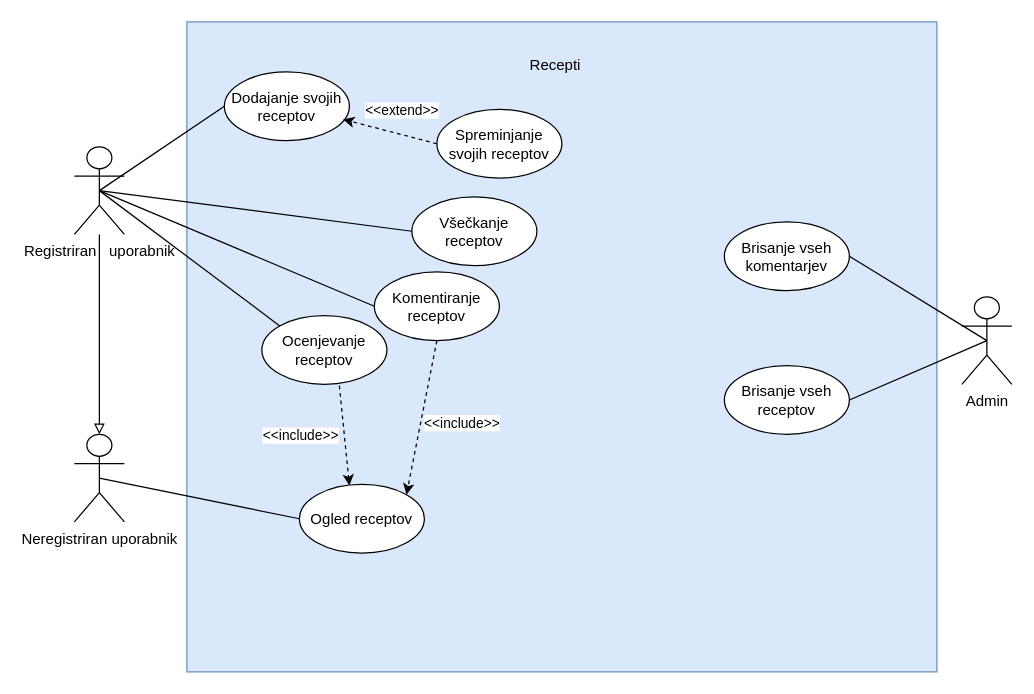
This is docs/Recepti.drawio from AnejVollmeier/RIS-Recepti, a draw.io file, before an edit. Source tidied: cells renumbered, new cells numbered last; positions are measured from the earlier drawing's top-left corner, leaving out a move shared by most shapes. Both pictures are drawn from the tidied source at 125%, with x=0, y=0 at pixel (74, 21).
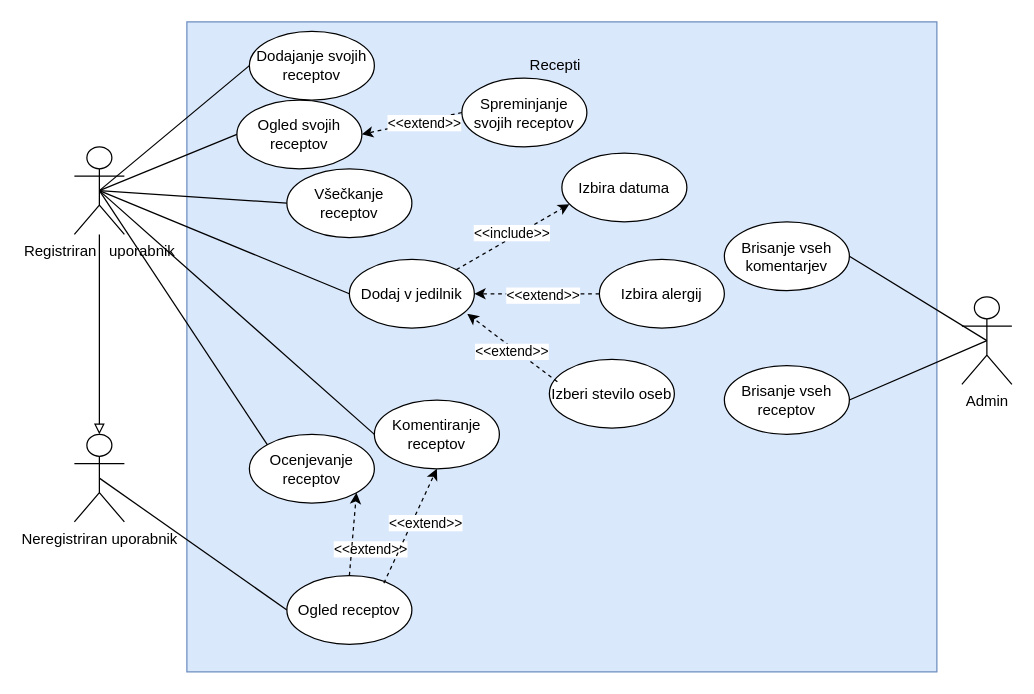
After the change.

Commit message (it also covers changes not shown here):
Posodobljen DPU diagram ter napisani primeri uporabe oz. funkcionalnosti.

Unchanged cells that the change refers to:
```xml
<mxCell id="4" value="Registriran&amp;nbsp; &amp;nbsp;uporabnik" style="shape=umlActor;verticalLabelPosition=bottom;verticalAlign=top;html=1;outlineConnect=0;" parent="1" vertex="1">
  <mxGeometry y="100" width="40" height="70" as="geometry" />
</mxCell>
```

What changed in the source:
```diff
@@
     <mxCell id="7" value="Dodajanje svojih receptov" style="ellipse;whiteSpace=wrap;html=1;" parent="1" vertex="1">
-      <mxGeometry x="120" y="40" width="100" height="55" as="geometry" />
+      <mxGeometry x="140" y="7.5" width="100" height="55" as="geometry" />
     </mxCell>
     <mxCell id="8" value="Spreminjanje svojih receptov" style="ellipse;whiteSpace=wrap;html=1;" parent="1" vertex="1">
-      <mxGeometry x="290" y="70" width="100" height="55" as="geometry" />
+      <mxGeometry x="310" y="45" width="100" height="55" as="geometry" />
     </mxCell>
     <mxCell id="9" value="Ogled receptov" style="ellipse;whiteSpace=wrap;html=1;" parent="1" vertex="1">
-      <mxGeometry x="180" y="370" width="100" height="55" as="geometry" />
+      <mxGeometry x="170" y="443" width="100" height="55" as="geometry" />
     </mxCell>
     <mxCell id="10" value="Komentiranje receptov" style="ellipse;whiteSpace=wrap;html=1;" parent="1" vertex="1">
-      <mxGeometry x="240" y="200" width="100" height="55" as="geometry" />
+      <mxGeometry x="240" y="302.5" width="100" height="55" as="geometry" />
     </mxCell>
     <mxCell id="11" value="Ocenjevanje receptov" style="ellipse;whiteSpace=wrap;html=1;" parent="1" vertex="1">
-      <mxGeometry x="150" y="235" width="100" height="55" as="geometry" />
+      <mxGeometry x="140" y="330" width="100" height="55" as="geometry" />
     </mxCell>
     <mxCell id="12" value="Všečkanje receptov" style="ellipse;whiteSpace=wrap;html=1;" parent="1" vertex="1">
-      <mxGeometry x="270" y="140" width="100" height="55" as="geometry" />
+      <mxGeometry x="170" y="117.5" width="100" height="55" as="geometry" />
     </mxCell>
@@
-    <mxCell id="22" style="endArrow=classic;html=1;entryX=0.95;entryY=0.691;entryDx=0;entryDy=0;exitX=0;exitY=0.5;exitDx=0;exitDy=0;dashed=1;entryPerimeter=0;" parent="1" edge="1" source="8" target="7">
+    <mxCell id="22" style="endArrow=classic;html=1;entryX=1;entryY=0.5;entryDx=0;entryDy=0;exitX=0;exitY=0.5;exitDx=0;exitDy=0;dashed=1;" parent="1" edge="1" source="8" target="29">
       <mxGeometry relative="1" as="geometry" />
     </mxCell>
     <mxCell id="23" value="&amp;lt;&amp;lt;extend&amp;gt;&amp;gt;" style="edgeLabel;html=1;align=center;verticalAlign=middle;" parent="22" vertex="1">
       <mxGeometry x="-0.37" y="2" relative="1" as="geometry">
-        <mxPoint x="-5" y="-23" as="offset" />
+        <mxPoint x="-49" y="341" as="offset" />
       </mxGeometry>
     </mxCell>
-    <mxCell id="24" style="endArrow=classic;html=1;exitX=0.5;exitY=1;exitDx=0;exitDy=0;dashed=1;entryX=1;entryY=0;entryDx=0;entryDy=0;" parent="1" edge="1" source="10" target="9">
-      <mxGeometry relative="1" as="geometry" />
-    </mxCell>
-    <mxCell id="25" value="&lt;span style=&quot;color: rgb(0, 0, 0);&quot;&gt;&amp;lt;&amp;lt;include&amp;gt;&amp;gt;&lt;/span&gt;" style="edgeLabel;html=1;align=center;verticalAlign=middle;" parent="24" vertex="1">
-      <mxGeometry x="-0.25" relative="1" as="geometry">
-        <mxPoint x="29" y="19" as="offset" />
-      </mxGeometry>
-    </mxCell>
-    <mxCell id="26" style="endArrow=classic;html=1;exitX=0.62;exitY=1.018;exitDx=0;exitDy=0;entryX=0.4;entryY=0.018;entryDx=0;entryDy=0;dashed=1;exitPerimeter=0;entryPerimeter=0;" parent="1" edge="1" source="11" target="9">
+    <mxCell id="26" style="endArrow=classic;html=1;exitX=0.5;exitY=0;exitDx=0;exitDy=0;entryX=1;entryY=1;entryDx=0;entryDy=0;dashed=1;" parent="1" edge="1" source="9" target="11">
       <mxGeometry relative="1" as="geometry" />
     </mxCell>
-    <mxCell id="27" value="&lt;span style=&quot;color: rgb(0, 0, 0);&quot;&gt;&amp;lt;&amp;lt;include&amp;gt;&amp;gt;&lt;/span&gt;" style="edgeLabel;html=1;align=center;verticalAlign=middle;" parent="1" vertex="1">
-      <mxGeometry x="180" y="330" as="geometry" />
-    </mxCell>
@@
+    <mxCell id="29" value="Ogled svojih receptov" style="ellipse;whiteSpace=wrap;html=1;" parent="1" vertex="1">
+      <mxGeometry x="130" y="62.5" width="100" height="55" as="geometry" />
+    </mxCell>
+    <mxCell id="30" style="endArrow=none;html=1;exitX=0.5;exitY=0.5;exitDx=0;exitDy=0;exitPerimeter=0;entryX=0;entryY=0.5;entryDx=0;entryDy=0;" parent="1" edge="1" source="4" target="29">
+      <mxGeometry relative="1" as="geometry" />
+    </mxCell>
+    <mxCell id="31" value="&amp;lt;&amp;lt;extend&amp;gt;&amp;gt;" style="edgeLabel;html=1;align=center;verticalAlign=middle;" parent="1" vertex="1">
+      <mxGeometry x="290" y="72.5" as="geometry">
+        <mxPoint x="-11" y="8" as="offset" />
+      </mxGeometry>
+    </mxCell>
+    <mxCell id="32" style="endArrow=classic;html=1;exitX=0.776;exitY=0.109;exitDx=0;exitDy=0;entryX=0.5;entryY=1;entryDx=0;entryDy=0;dashed=1;exitPerimeter=0;" parent="1" edge="1" source="9" target="10">
+      <mxGeometry relative="1" as="geometry" />
+    </mxCell>
+    <mxCell id="33" value="&amp;lt;&amp;lt;extend&amp;gt;&amp;gt;" style="edgeLabel;html=1;align=center;verticalAlign=middle;" parent="1" vertex="1">
+      <mxGeometry x="280" y="400" as="geometry" />
+    </mxCell>
+    <mxCell id="34" value="Dodaj v jedilnik" style="ellipse;whiteSpace=wrap;html=1;" parent="1" vertex="1">
+      <mxGeometry x="220" y="190" width="100" height="55" as="geometry" />
+    </mxCell>
+    <mxCell id="35" style="endArrow=none;html=1;exitX=0.5;exitY=0.5;exitDx=0;exitDy=0;exitPerimeter=0;entryX=0;entryY=0.5;entryDx=0;entryDy=0;" parent="1" edge="1" source="4" target="34">
+      <mxGeometry relative="1" as="geometry" />
+    </mxCell>
+    <mxCell id="36" value="Izbira datuma" style="ellipse;whiteSpace=wrap;html=1;" parent="1" vertex="1">
+      <mxGeometry x="390" y="105" width="100" height="55" as="geometry" />
+    </mxCell>
+    <mxCell id="37" value="Izbira alergij" style="ellipse;whiteSpace=wrap;html=1;" parent="1" vertex="1">
+      <mxGeometry x="420" y="190" width="100" height="55" as="geometry" />
+    </mxCell>
+    <mxCell id="38" value="Izberi stevilo oseb" style="ellipse;whiteSpace=wrap;html=1;" parent="1" vertex="1">
+      <mxGeometry x="380" y="270" width="100" height="55" as="geometry" />
+    </mxCell>
+    <mxCell id="39" style="endArrow=classic;html=1;exitX=0;exitY=0.5;exitDx=0;exitDy=0;dashed=1;entryX=1;entryY=0.5;entryDx=0;entryDy=0;" parent="1" edge="1" source="37" target="34">
+      <mxGeometry relative="1" as="geometry" />
+    </mxCell>
+    <mxCell id="40" style="endArrow=classic;html=1;exitX=0.064;exitY=0.327;exitDx=0;exitDy=0;dashed=1;entryX=0.944;entryY=0.793;entryDx=0;entryDy=0;entryPerimeter=0;exitPerimeter=0;" parent="1" edge="1" source="38" target="34">
+      <mxGeometry relative="1" as="geometry" />
+    </mxCell>
+    <mxCell id="41" style="endArrow=classic;html=1;exitX=1;exitY=0;exitDx=0;exitDy=0;dashed=1;entryX=0.06;entryY=0.743;entryDx=0;entryDy=0;entryPerimeter=0;" parent="1" edge="1" source="34" target="36">
+      <mxGeometry relative="1" as="geometry" />
+    </mxCell>
+    <mxCell id="42" value="&amp;lt;&amp;lt;extend&amp;gt;&amp;gt;" style="edgeLabel;html=1;align=center;verticalAlign=middle;" parent="1" vertex="1">
+      <mxGeometry x="385" y="210" as="geometry">
+        <mxPoint x="-11" y="8" as="offset" />
+      </mxGeometry>
+    </mxCell>
+    <mxCell id="43" value="&amp;lt;&amp;lt;extend&amp;gt;&amp;gt;" style="edgeLabel;html=1;align=center;verticalAlign=middle;" parent="1" vertex="1">
+      <mxGeometry x="360" y="255" as="geometry">
+        <mxPoint x="-11" y="8" as="offset" />
+      </mxGeometry>
+    </mxCell>
+    <mxCell id="44" value="&amp;lt;&amp;lt;include&amp;gt;&amp;gt;" style="edgeLabel;html=1;align=center;verticalAlign=middle;" parent="1" vertex="1">
+      <mxGeometry x="360" y="160" as="geometry">
+        <mxPoint x="-11" y="8" as="offset" />
+      </mxGeometry>
+    </mxCell>
```
